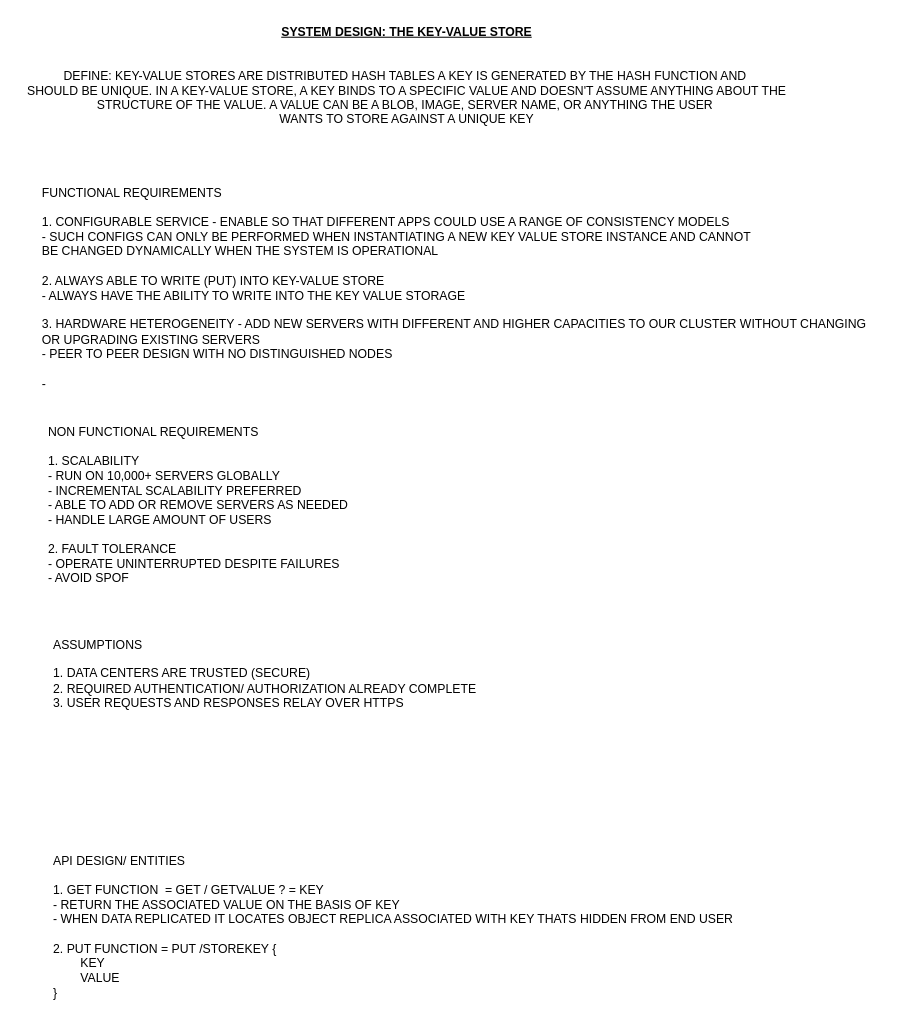
Before: KeyValueStore.drawio in ALoveStory/SystemDesign, a draw.io diagram. Source tidied: cells renumbered, new cells numbered last; positions are measured from the earlier drawing's top-left corner, leaving out a move shared by most shapes. Both pictures are drawn from the tidied source at 102%, with x=0, y=0 at pixel (17, 17).
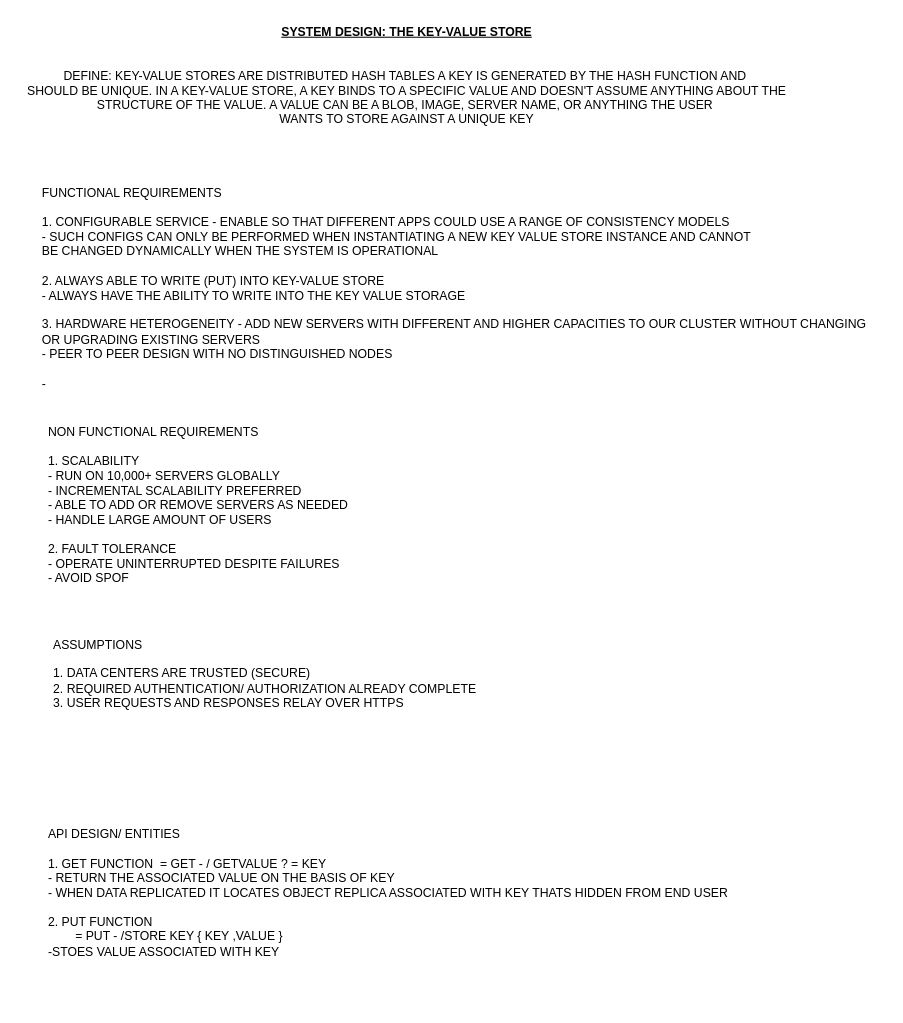
Above is the later version.

Commit message (it also covers changes not shown here):
update ticketmaster system design

Diff of the diagram source:
```diff
@@
 <mxGraphModel>
   <root>
     <mxCell id="0" />
     <mxCell id="1" parent="0" />
     <mxCell id="2" value="&lt;b&gt;&lt;u&gt;SYSTEM DESIGN: THE KEY-VALUE STORE&lt;/u&gt;&lt;/b&gt;&lt;div&gt;&lt;br&gt;&lt;/div&gt;&lt;div&gt;&lt;br&gt;&lt;/div&gt;&lt;div&gt;DEFINE: KEY-VALUE STORES ARE DISTRIBUTED HASH TABLES A KEY IS GENERATED BY THE HASH FUNCTION AND&amp;nbsp;&lt;div&gt;SHOULD BE UNIQUE. IN A KEY-VALUE STORE, A KEY BINDS TO A SPECIFIC VALUE AND DOESN'T ASSUME ANYTHING ABOUT THE&lt;/div&gt;&lt;div&gt;STRUCTURE OF THE VALUE. A VALUE CAN BE A BLOB, IMAGE, SERVER NAME, OR ANYTHING THE USER&amp;nbsp;&lt;/div&gt;&lt;div&gt;WANTS TO STORE AGAINST A UNIQUE KEY&lt;/div&gt;&lt;/div&gt;" style="text;html=1;align=center;verticalAlign=middle;strokeColor=none;fillColor=none;" parent="1" vertex="1">
       <mxGeometry width="762" height="113" as="geometry" />
     </mxCell>
     <mxCell id="3" value="FUNCTIONAL REQUIREMENTS&lt;div&gt;&lt;br&gt;&lt;/div&gt;&lt;div&gt;1. CONFIGURABLE SERVICE - ENABLE SO THAT DIFFERENT APPS COULD USE A RANGE OF CONSISTENCY MODELS&amp;nbsp;&lt;/div&gt;&lt;div&gt;- SUCH CONFIGS CAN ONLY BE PERFORMED WHEN INSTANTIATING A NEW KEY VALUE STORE INSTANCE AND CANNOT&amp;nbsp;&lt;/div&gt;&lt;div&gt;BE CHANGED DYNAMICALLY WHEN THE SYSTEM IS OPERATIONAL&amp;nbsp;&lt;/div&gt;&lt;div&gt;&lt;br&gt;&lt;/div&gt;&lt;div&gt;2. ALWAYS ABLE TO WRITE (PUT) INTO KEY-VALUE STORE&amp;nbsp;&lt;/div&gt;&lt;div&gt;- ALWAYS HAVE THE ABILITY TO WRITE INTO THE KEY VALUE STORAGE&lt;/div&gt;&lt;div&gt;&lt;br&gt;&lt;/div&gt;&lt;div&gt;3. HARDWARE HETEROGENEITY - ADD NEW SERVERS WITH DIFFERENT AND HIGHER CAPACITIES TO OUR CLUSTER WITHOUT CHANGING&amp;nbsp;&lt;/div&gt;&lt;div&gt;OR UPGRADING EXISTING SERVERS&amp;nbsp;&lt;/div&gt;&lt;div&gt;- PEER TO PEER DESIGN WITH NO DISTINGUISHED NODES&lt;/div&gt;&lt;div&gt;&lt;br&gt;&lt;/div&gt;&lt;div&gt;-&lt;/div&gt;" style="text;html=1;align=left;verticalAlign=middle;strokeColor=none;fillColor=none;" parent="1" vertex="1">
       <mxGeometry x="22" y="158" width="829" height="214" as="geometry" />
     </mxCell>
     <mxCell id="4" value="NON FUNCTIONAL REQUIREMENTS&amp;nbsp;&lt;div&gt;&lt;br&gt;&lt;/div&gt;&lt;div&gt;1. SCALABILITY&lt;/div&gt;&lt;div&gt;- RUN ON 10,000+ SERVERS GLOBALLY&lt;/div&gt;&lt;div&gt;- INCREMENTAL SCALABILITY PREFERRED&lt;/div&gt;&lt;div&gt;- ABLE TO ADD OR REMOVE SERVERS AS NEEDED&lt;/div&gt;&lt;div&gt;- HANDLE LARGE AMOUNT OF USERS&lt;/div&gt;&lt;div&gt;&lt;br&gt;&lt;/div&gt;&lt;div&gt;2. FAULT TOLERANCE&lt;/div&gt;&lt;div&gt;- OPERATE UNINTERRUPTED DESPITE FAILURES&lt;/div&gt;&lt;div&gt;- AVOID SPOF&lt;/div&gt;" style="text;html=1;align=left;verticalAlign=middle;strokeColor=none;fillColor=none;" parent="1" vertex="1">
       <mxGeometry x="28" y="393" width="312" height="170" as="geometry" />
     </mxCell>
     <mxCell id="5" value="ASSUMPTIONS&lt;div&gt;&lt;br&gt;&lt;/div&gt;&lt;div&gt;1. DATA CENTERS ARE TRUSTED (SECURE)&lt;/div&gt;&lt;div&gt;2. REQUIRED AUTHENTICATION/ AUTHORIZATION ALREADY COMPLETE&amp;nbsp;&lt;/div&gt;&lt;div&gt;3. USER REQUESTS AND RESPONSES RELAY OVER HTTPS&lt;/div&gt;" style="text;html=1;align=left;verticalAlign=middle;strokeColor=none;fillColor=none;" parent="1" vertex="1">
       <mxGeometry x="33" y="601" width="436" height="84" as="geometry" />
     </mxCell>
-    <mxCell id="6" value="API DESIGN/ ENTITIES&lt;div&gt;&lt;br&gt;&lt;/div&gt;&lt;div&gt;1. GET FUNCTION&amp;nbsp;&amp;nbsp;&lt;span style=&quot;background-color: initial;&quot;&gt;= GET / GETVALUE ? = KEY&lt;/span&gt;&lt;/div&gt;&lt;div&gt;- RETURN THE ASSOCIATED VALUE ON THE BASIS OF KEY&lt;/div&gt;&lt;div style=&quot;&quot;&gt;- WHEN DATA REPLICATED IT LOCATES OBJECT REPLICA ASSOCIATED WITH KEY THATS HIDDEN FROM END USER&lt;/div&gt;&lt;div style=&quot;&quot;&gt;&lt;br&gt;&lt;/div&gt;&lt;div style=&quot;&quot;&gt;2. PUT FUNCTION = PUT /STOREKEY {&lt;/div&gt;&lt;div style=&quot;&quot;&gt;&lt;span style=&quot;white-space: pre;&quot;&gt;&#9;&lt;/span&gt;KEY&lt;br&gt;&lt;/div&gt;&lt;div style=&quot;&quot;&gt;&lt;span style=&quot;white-space: pre;&quot;&gt;&#9;&lt;/span&gt;VALUE&lt;br&gt;&lt;/div&gt;&lt;div style=&quot;&quot;&gt;}&lt;/div&gt;" style="text;html=1;align=left;verticalAlign=middle;strokeColor=none;fillColor=none;" parent="1" vertex="1">
-      <mxGeometry x="33" y="813" width="685" height="156" as="geometry" />
+    <mxCell id="6" value="API DESIGN/ ENTITIES&lt;div&gt;&lt;br&gt;&lt;/div&gt;&lt;div&gt;1. GET FUNCTION&amp;nbsp;&amp;nbsp;&lt;span style=&quot;background-color: initial;&quot;&gt;= GET - / GETVALUE ? = KEY&lt;/span&gt;&lt;/div&gt;&lt;div&gt;- RETURN THE ASSOCIATED VALUE ON THE BASIS OF KEY&lt;/div&gt;&lt;div style=&quot;&quot;&gt;- WHEN DATA REPLICATED IT LOCATES OBJECT REPLICA ASSOCIATED WITH KEY THATS HIDDEN FROM END USER&lt;/div&gt;&lt;div style=&quot;&quot;&gt;&lt;br&gt;&lt;/div&gt;&lt;div style=&quot;&quot;&gt;2. PUT FUNCTION&amp;nbsp;&lt;/div&gt;&lt;div style=&quot;&quot;&gt;&lt;span style=&quot;white-space: pre;&quot;&gt;&#9;&lt;/span&gt;= PUT - /STORE KEY {&amp;nbsp;&lt;span style=&quot;background-color: initial;&quot;&gt;KEY ,&lt;/span&gt;&lt;span style=&quot;background-color: initial;&quot;&gt;VALUE }&lt;/span&gt;&lt;/div&gt;&lt;div style=&quot;&quot;&gt;&lt;span style=&quot;background-color: initial;&quot;&gt;-STOES VALUE ASSOCIATED WITH KEY&lt;/span&gt;&lt;/div&gt;" style="text;html=1;align=left;verticalAlign=middle;strokeColor=none;fillColor=none;" parent="1" vertex="1">
+      <mxGeometry x="28" y="787" width="685" height="142" as="geometry" />
     </mxCell>
   </root>
 </mxGraphModel>
```
